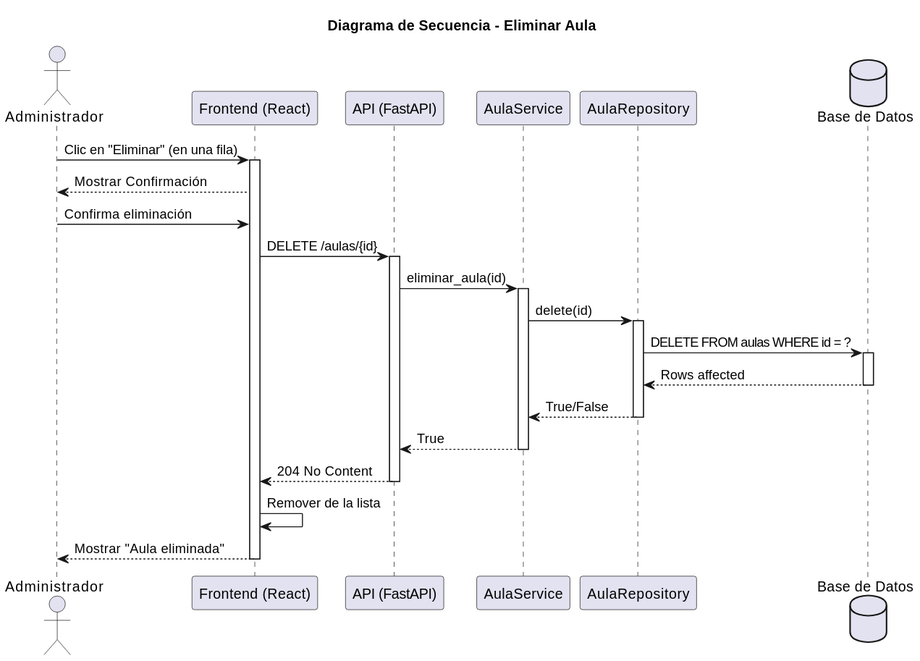
This is images/RUP/02-diseño/casos-uso/eliminarAula/secuencia.svg from mmasias/pySigHor, a PlantUML export, as it was before one commit. Its diagram source:
```plantuml
@startuml
title Diagrama de Secuencia - Eliminar Aula

actor "Administrador" as Admin
participant "Frontend (React)" as FE
participant "API (FastAPI)" as API
participant "AulaService" as Service
participant "AulaRepository" as Repo
database "Base de Datos" as DB

Admin -> FE: Clic en "Eliminar" (en una fila)
activate FE
FE --> Admin: Mostrar Confirmación
Admin -> FE: Confirma eliminación
FE -> API: DELETE /aulas/{id}
activate API
API -> Service: eliminar_aula(id)
activate Service
Service -> Repo: delete(id)
activate Repo
Repo -> DB: DELETE FROM aulas WHERE id = ?
activate DB
DB --> Repo: Rows affected
deactivate DB
Repo --> Service: True/False
deactivate Repo
Service --> API: True
deactivate Service
API --> FE: 204 No Content
deactivate API
FE -> FE: Remover de la lista
FE --> Admin: Mostrar "Aula eliminada"
deactivate FE
@enduml
```
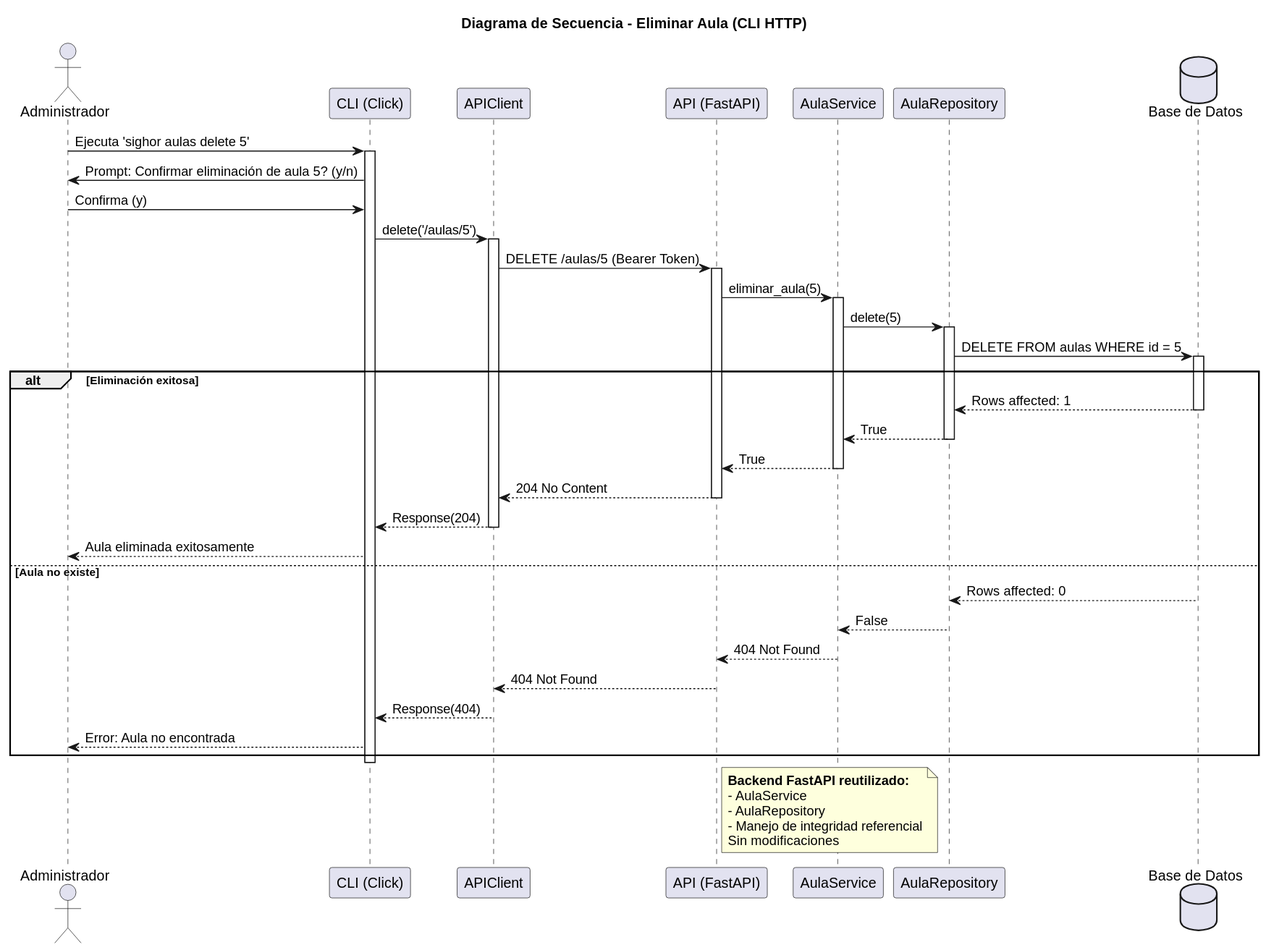
Above is the later version.

What changed in the source:
```diff
@@ -1,34 +1,60 @@
 @startuml
-title Diagrama de Secuencia - Eliminar Aula
+title Diagrama de Secuencia - Eliminar Aula (CLI HTTP)
 
 actor "Administrador" as Admin
-participant "Frontend (React)" as FE
+participant "CLI (Click)" as CLI
+participant "APIClient" as Client
 participant "API (FastAPI)" as API
 participant "AulaService" as Service
 participant "AulaRepository" as Repo
 database "Base de Datos" as DB
 
-Admin -> FE: Clic en "Eliminar" (en una fila)
-activate FE
-FE --> Admin: Mostrar Confirmación
-Admin -> FE: Confirma eliminación
-FE -> API: DELETE /aulas/{id}
+Admin -> CLI: Ejecuta 'sighor aulas delete 5'
+activate CLI
+CLI -> Admin: Prompt: Confirmar eliminación de aula 5? (y/n)
+Admin -> CLI: Confirma (y)
+CLI -> Client: delete('/aulas/5')
+activate Client
+Client -> API: DELETE /aulas/5 (Bearer Token)
 activate API
-API -> Service: eliminar_aula(id)
+API -> Service: eliminar_aula(5)
 activate Service
-Service -> Repo: delete(id)
+Service -> Repo: delete(5)
 activate Repo
-Repo -> DB: DELETE FROM aulas WHERE id = ?
+Repo -> DB: DELETE FROM aulas WHERE id = 5
 activate DB
-DB --> Repo: Rows affected
-deactivate DB
-Repo --> Service: True/False
-deactivate Repo
-Service --> API: True
-deactivate Service
-API --> FE: 204 No Content
-deactivate API
-FE -> FE: Remover de la lista
-FE --> Admin: Mostrar "Aula eliminada"
-deactivate FE
+alt Eliminación exitosa
+    DB --> Repo: Rows affected: 1
+    deactivate DB
+    Repo --> Service: True
+    deactivate Repo
+    Service --> API: True
+    deactivate Service
+    API --> Client: 204 No Content
+    deactivate API
+    Client --> CLI: Response(204)
+    deactivate Client
+    CLI --> Admin: Aula eliminada exitosamente
+else Aula no existe
+    DB --> Repo: Rows affected: 0
+    deactivate DB
+    Repo --> Service: False
+    deactivate Repo
+    Service --> API: 404 Not Found
+    deactivate Service
+    API --> Client: 404 Not Found
+    deactivate API
+    Client --> CLI: Response(404)
+    deactivate Client
+    CLI --> Admin: Error: Aula no encontrada
+end
+deactivate CLI
+
+note right of API
+  **Backend FastAPI reutilizado:**
+  - AulaService
+  - AulaRepository
+  - Manejo de integridad referencial
+  Sin modificaciones
+end note
 @enduml
```
